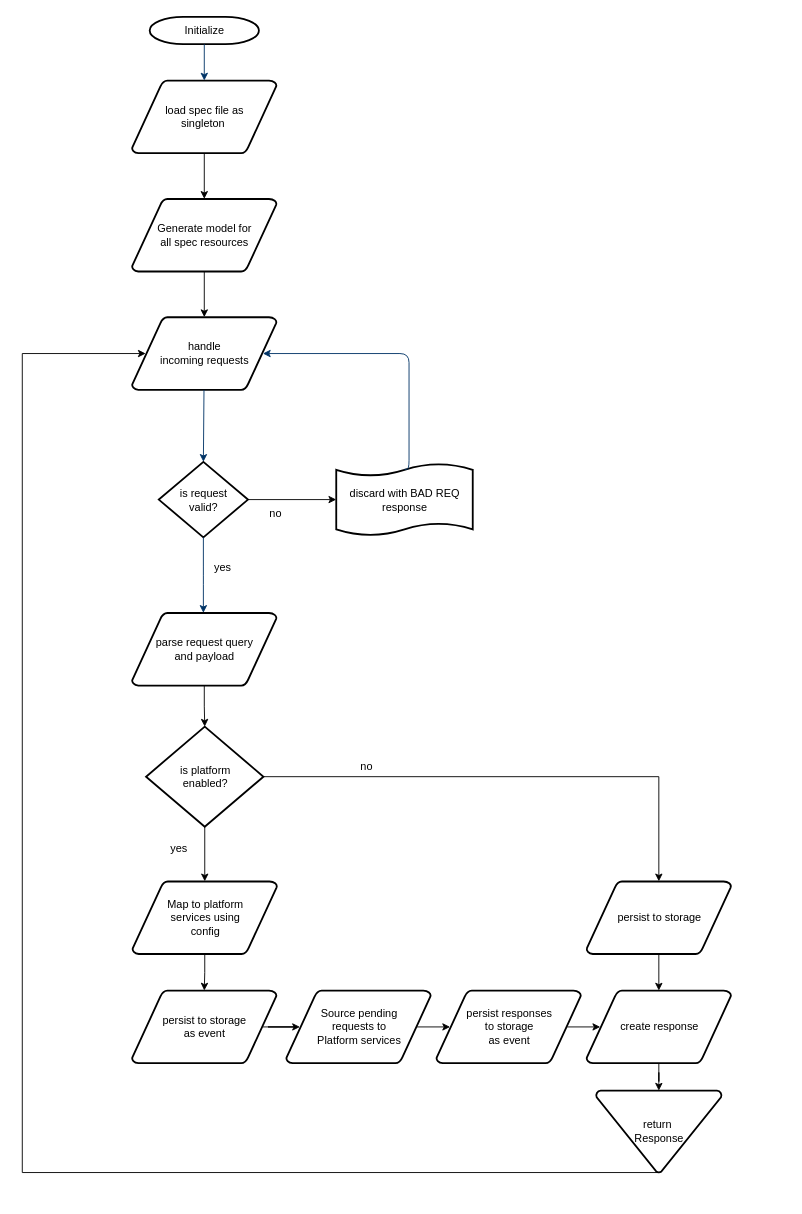
Before: fpalogicflow.drawio in jayanthkmr/architecture-diagrams, a draw.io diagram. Source tidied: cells renumbered, new cells numbered last; positions are measured from the earlier drawing's top-left corner, leaving out a move shared by most shapes. Both pictures are drawn from the tidied source at 91%, with x=0, y=0 at pixel (22, 16).
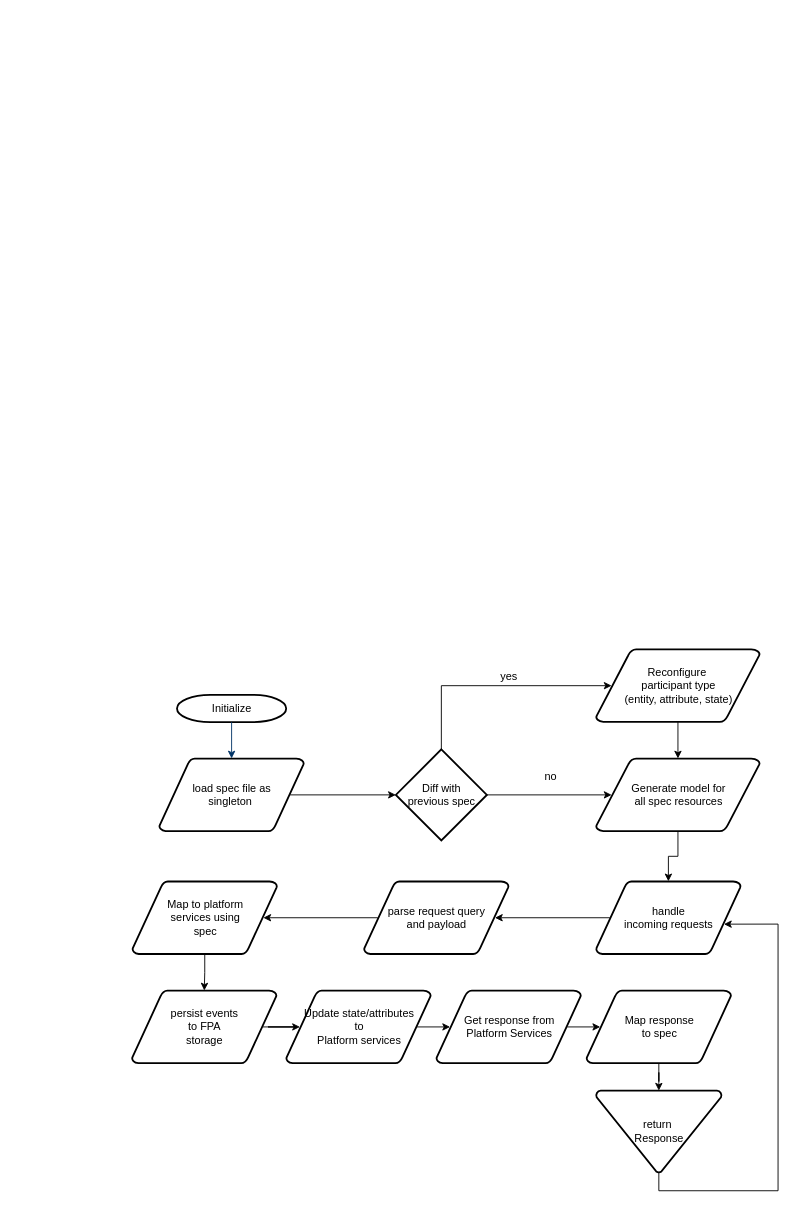
The same page after the edit.

Diff of the diagram source:
```diff
@@
     <mxCell id="2" value="Initialize" style="shape=mxgraph.flowchart.terminator;strokeWidth=2;gradientColor=none;gradientDirection=north;fontStyle=0;html=1;" parent="1" vertex="1">
-      <mxGeometry x="140" width="120" height="30" as="geometry" />
+      <mxGeometry x="170" y="745" width="120" height="30" as="geometry" />
     </mxCell>
-    <mxCell id="3" style="edgeStyle=orthogonalEdgeStyle;rounded=0;jettySize=auto;html=1;exitX=0.5;exitY=1;exitDx=0;exitDy=0;exitPerimeter=0;" parent="1" edge="1" source="4" target="18">
-      <mxGeometry relative="1" as="geometry" />
-    </mxCell>
+    <mxCell id="38" style="edgeStyle=orthogonalEdgeStyle;rounded=0;jettySize=auto;html=1;exitX=0.905;exitY=0.5;exitDx=0;exitDy=0;exitPerimeter=0;entryX=0;entryY=0.5;entryDx=0;entryDy=0;entryPerimeter=0;" parent="1" edge="1" source="4" target="43">
+      <mxGeometry relative="1" as="geometry" />
+    </mxCell>
     <mxCell id="4" value="load spec file as &lt;br&gt;singleton&amp;nbsp;" style="shape=mxgraph.flowchart.data;strokeWidth=2;gradientColor=none;gradientDirection=north;fontStyle=0;html=1;" parent="1" vertex="1">
-      <mxGeometry x="120.5" y="70" width="159" height="80" as="geometry" />
+      <mxGeometry x="150.5" y="815" width="159" height="80" as="geometry" />
     </mxCell>
-    <mxCell id="5" style="edgeStyle=orthogonalEdgeStyle;rounded=0;jettySize=auto;html=1;exitX=0.5;exitY=1;exitDx=0;exitDy=0;exitPerimeter=0;entryX=0.5;entryY=0;entryDx=0;entryDy=0;entryPerimeter=0;" parent="1" edge="1" source="6" target="27">
-      <mxGeometry relative="1" as="geometry" />
-    </mxCell>
+    <mxCell id="39" style="edgeStyle=orthogonalEdgeStyle;rounded=0;jettySize=auto;html=1;exitX=0.095;exitY=0.5;exitDx=0;exitDy=0;exitPerimeter=0;entryX=0.905;entryY=0.5;entryDx=0;entryDy=0;entryPerimeter=0;" parent="1" edge="1" source="6" target="31">
+      <mxGeometry relative="1" as="geometry" />
+    </mxCell>
-    <mxCell id="6" value="parse request query &lt;br&gt;and payload" style="shape=mxgraph.flowchart.data;strokeWidth=2;gradientColor=none;gradientDirection=north;fontStyle=0;html=1;" parent="1" vertex="1">
-      <mxGeometry x="120.5" y="655" width="159" height="80" as="geometry" />
+    <mxCell id="6" value="parse request query &lt;br&gt;and payload" style="shape=mxgraph.flowchart.data;strokeWidth=2;gradientColor=none;gradientDirection=north;fontStyle=0;html=1;direction=east;" parent="1" vertex="1">
+      <mxGeometry x="375.5" y="950" width="159" height="80" as="geometry" />
     </mxCell>
+    <mxCell id="40" style="edgeStyle=orthogonalEdgeStyle;rounded=0;jettySize=auto;html=1;exitX=0.095;exitY=0.5;exitDx=0;exitDy=0;exitPerimeter=0;entryX=0.905;entryY=0.5;entryDx=0;entryDy=0;entryPerimeter=0;" parent="1" edge="1" source="7" target="6">
+      <mxGeometry relative="1" as="geometry" />
+    </mxCell>
-    <mxCell id="7" value="handle&lt;br&gt;incoming requests" style="shape=mxgraph.flowchart.data;strokeWidth=2;gradientColor=none;gradientDirection=north;fontStyle=0;html=1;" parent="1" vertex="1">
-      <mxGeometry x="120.5" y="330" width="159" height="80" as="geometry" />
+    <mxCell id="7" value="handle&lt;br&gt;incoming requests" style="shape=mxgraph.flowchart.data;strokeWidth=2;gradientColor=none;gradientDirection=north;fontStyle=0;html=1;direction=east;" parent="1" vertex="1">
+      <mxGeometry x="630.5" y="950" width="159" height="80" as="geometry" />
     </mxCell>
-    <mxCell id="8" style="edgeStyle=orthogonalEdgeStyle;rounded=0;jettySize=auto;html=1;" parent="1" edge="1" source="9" target="15">
-      <mxGeometry relative="1" as="geometry" />
-    </mxCell>
-    <mxCell id="9" value="is request &lt;br&gt;valid?" style="shape=mxgraph.flowchart.decision;strokeWidth=2;gradientColor=none;gradientDirection=north;fontStyle=0;html=1;" parent="1" vertex="1">
-      <mxGeometry x="150" y="489" width="98" height="83" as="geometry" />
-    </mxCell>
@@
-    <mxCell id="11" style="entryX=0.5;entryY=0;entryPerimeter=0;fontStyle=1;strokeColor=#003366;strokeWidth=1;html=1;" parent="1" edge="1" source="7" target="9">
-      <mxGeometry relative="1" as="geometry" />
-    </mxCell>
-    <mxCell id="12" value="no" style="text;fontStyle=0;html=1;strokeColor=none;gradientColor=none;fillColor=none;strokeWidth=2;" parent="1" vertex="1">
-      <mxGeometry x="270" y="532" width="40" height="26" as="geometry" />
-    </mxCell>
-    <mxCell id="13" style="edgeStyle=elbowEdgeStyle;elbow=horizontal;fontColor=#001933;fontStyle=1;strokeColor=#003366;strokeWidth=1;html=1;" parent="1" edge="1" source="9" target="6">
-      <mxGeometry x="10" y="135" as="geometry" />
-    </mxCell>
-    <mxCell id="14" value="yes" style="text;fontStyle=0;html=1;strokeColor=none;gradientColor=none;fillColor=none;strokeWidth=2;align=center;" parent="1" vertex="1">
-      <mxGeometry x="200" y="592" width="40" height="26" as="geometry" />
-    </mxCell>
-    <mxCell id="15" value="discard with BAD REQ&lt;br&gt;response" style="shape=mxgraph.flowchart.paper_tape;strokeWidth=2;gradientColor=none;gradientDirection=north;fontStyle=0;html=1;" parent="1" vertex="1">
-      <mxGeometry x="345" y="490" width="150" height="81" as="geometry" />
-    </mxCell>
-    <mxCell id="16" style="edgeStyle=elbowEdgeStyle;elbow=horizontal;exitX=0.5;exitY=0.09;exitPerimeter=0;entryX=0.905;entryY=0.5;entryPerimeter=0;fontStyle=1;strokeColor=#003366;strokeWidth=1;html=1;" parent="1" edge="1" source="15" target="7">
-      <mxGeometry x="10" y="189" as="geometry">
-        <Array as="points">
-          <mxPoint x="425" y="499" />
-        </Array>
-      </mxGeometry>
-    </mxCell>
@@
-    <mxCell id="18" value="Generate model for&lt;br&gt;all spec resources" style="shape=mxgraph.flowchart.data;strokeWidth=2;gradientColor=none;gradientDirection=north;fontStyle=0;html=1;" parent="1" vertex="1">
-      <mxGeometry x="120.5" y="200" width="159" height="80" as="geometry" />
+    <mxCell id="18" value="Generate model for&lt;br&gt;all spec resources" style="shape=mxgraph.flowchart.data;strokeWidth=2;gradientColor=none;gradientDirection=north;fontStyle=0;html=1;direction=east;" parent="1" vertex="1">
+      <mxGeometry x="630.5" y="815" width="180" height="80" as="geometry" />
     </mxCell>
@@
-    <mxCell id="20" value="Source pending &lt;br&gt;requests to &lt;br&gt;Platform services" style="shape=mxgraph.flowchart.data;strokeWidth=2;gradientColor=none;gradientDirection=north;fontStyle=0;html=1;" parent="1" vertex="1">
+    <mxCell id="20" value="Update state/attributes &lt;br&gt;to &lt;br&gt;Platform services" style="shape=mxgraph.flowchart.data;strokeWidth=2;gradientColor=none;gradientDirection=north;fontStyle=0;html=1;direction=east;" parent="1" vertex="1">
       <mxGeometry x="290" y="1070" width="159" height="80" as="geometry" />
     </mxCell>
@@
-    <mxCell id="22" value="persist responses&lt;br&gt;to storage&lt;br&gt;as event" style="shape=mxgraph.flowchart.data;strokeWidth=2;gradientColor=none;gradientDirection=north;fontStyle=0;html=1;" parent="1" vertex="1">
+    <mxCell id="22" value="Get response from &lt;br&gt;Platform Services" style="shape=mxgraph.flowchart.data;strokeWidth=2;gradientColor=none;gradientDirection=north;fontStyle=0;html=1;direction=east;" parent="1" vertex="1">
       <mxGeometry x="455" y="1070" width="159" height="80" as="geometry" />
     </mxCell>
@@
-    <mxCell id="24" value="create response" style="shape=mxgraph.flowchart.data;strokeWidth=2;gradientColor=none;gradientDirection=north;fontStyle=0;html=1;" parent="1" vertex="1">
+    <mxCell id="24" value="Map response&lt;br&gt;to spec" style="shape=mxgraph.flowchart.data;strokeWidth=2;gradientColor=none;gradientDirection=north;fontStyle=0;html=1;direction=east;" parent="1" vertex="1">
       <mxGeometry x="620" y="1070" width="159" height="80" as="geometry" />
     </mxCell>
-    <mxCell id="25" style="edgeStyle=orthogonalEdgeStyle;rounded=0;jettySize=auto;html=1;exitX=0.5;exitY=1;exitDx=0;exitDy=0;exitPerimeter=0;entryX=0.5;entryY=0;entryDx=0;entryDy=0;entryPerimeter=0;" parent="1" edge="1" source="27" target="31">
-      <mxGeometry relative="1" as="geometry" />
-    </mxCell>
-    <mxCell id="26" style="edgeStyle=orthogonalEdgeStyle;rounded=0;jettySize=auto;html=1;exitX=1;exitY=0.5;exitDx=0;exitDy=0;exitPerimeter=0;" parent="1" edge="1" source="27" target="35">
-      <mxGeometry relative="1" as="geometry" />
-    </mxCell>
-    <mxCell id="27" value="is platform &lt;br&gt;enabled?" style="shape=mxgraph.flowchart.decision;strokeWidth=2;gradientColor=none;gradientDirection=north;fontStyle=0;html=1;" parent="1" vertex="1">
-      <mxGeometry x="136" y="780" width="129" height="110" as="geometry" />
-    </mxCell>
@@
-    <mxCell id="29" value="persist to storage&lt;br&gt;as event" style="shape=mxgraph.flowchart.data;strokeWidth=2;gradientColor=none;gradientDirection=north;fontStyle=0;html=1;" parent="1" vertex="1">
+    <mxCell id="29" value="persist events &lt;br&gt;to FPA &lt;br&gt;storage" style="shape=mxgraph.flowchart.data;strokeWidth=2;gradientColor=none;gradientDirection=north;fontStyle=0;html=1;" parent="1" vertex="1">
       <mxGeometry x="120.5" y="1070" width="159" height="80" as="geometry" />
     </mxCell>
@@
-    <mxCell id="31" value="Map to platform&lt;br&gt;services using &lt;br&gt;config" style="shape=mxgraph.flowchart.data;strokeWidth=2;gradientColor=none;gradientDirection=north;fontStyle=0;html=1;" parent="1" vertex="1">
+    <mxCell id="31" value="Map to platform&lt;br&gt;services using &lt;br&gt;spec" style="shape=mxgraph.flowchart.data;strokeWidth=2;gradientColor=none;gradientDirection=north;fontStyle=0;html=1;" parent="1" vertex="1">
       <mxGeometry x="121" y="950" width="159" height="80" as="geometry" />
     </mxCell>
-    <mxCell id="32" value="yes" style="text;fontStyle=0;html=1;strokeColor=none;gradientColor=none;fillColor=none;strokeWidth=2;" parent="1" vertex="1">
-      <mxGeometry x="161" y="900" width="40" height="26" as="geometry" />
-    </mxCell>
-    <mxCell id="33" value="no" style="text;fontStyle=0;html=1;strokeColor=none;gradientColor=none;fillColor=none;strokeWidth=2;" parent="1" vertex="1">
-      <mxGeometry x="370" y="810" width="40" height="26" as="geometry" />
-    </mxCell>
-    <mxCell id="34" style="edgeStyle=orthogonalEdgeStyle;rounded=0;jettySize=auto;html=1;exitX=0.5;exitY=1;exitDx=0;exitDy=0;exitPerimeter=0;" parent="1" edge="1" source="35" target="24">
-      <mxGeometry relative="1" as="geometry" />
-    </mxCell>
-    <mxCell id="35" value="persist to storage" style="shape=mxgraph.flowchart.data;strokeWidth=2;gradientColor=none;gradientDirection=north;fontStyle=0;html=1;" parent="1" vertex="1">
-      <mxGeometry x="620" y="950" width="159" height="80" as="geometry" />
-    </mxCell>
-    <mxCell id="36" style="edgeStyle=orthogonalEdgeStyle;rounded=0;jettySize=auto;html=1;exitX=0.5;exitY=1;exitDx=0;exitDy=0;exitPerimeter=0;entryX=0.095;entryY=0.5;entryDx=0;entryDy=0;entryPerimeter=0;" parent="1" edge="1" source="37" target="7">
+    <mxCell id="36" style="edgeStyle=orthogonalEdgeStyle;rounded=0;jettySize=auto;html=1;exitX=0.5;exitY=1;exitDx=0;exitDy=0;exitPerimeter=0;entryX=0.884;entryY=0.588;entryDx=0;entryDy=0;entryPerimeter=0;" parent="1" edge="1" source="37" target="7">
       <mxGeometry relative="1" as="geometry">
         <Array as="points">
-          <mxPoint y="1270" />
-          <mxPoint y="370" />
+          <mxPoint x="699.5" y="1290" />
+          <mxPoint x="830.5" y="1290" />
+          <mxPoint x="830.5" y="997" />
         </Array>
       </mxGeometry>
     </mxCell>
-    <mxCell id="37" value="return&amp;nbsp;&lt;br&gt;Response" style="strokeWidth=2;html=1;shape=mxgraph.flowchart.merge_or_storage;whiteSpace=wrap;" parent="1" vertex="1">
+    <mxCell id="37" value="return&amp;nbsp;&lt;br&gt;Response" style="strokeWidth=2;html=1;shape=mxgraph.flowchart.merge_or_storage;whiteSpace=wrap;direction=east;" parent="1" vertex="1">
       <mxGeometry x="630.5" y="1180" width="138" height="90" as="geometry" />
     </mxCell>
+    <mxCell id="41" style="edgeStyle=orthogonalEdgeStyle;rounded=0;jettySize=auto;html=1;exitX=1;exitY=0.5;exitDx=0;exitDy=0;exitPerimeter=0;entryX=0.095;entryY=0.5;entryDx=0;entryDy=0;entryPerimeter=0;" parent="1" edge="1" source="43" target="18">
+      <mxGeometry relative="1" as="geometry" />
+    </mxCell>
+    <mxCell id="42" style="edgeStyle=orthogonalEdgeStyle;rounded=0;jettySize=auto;html=1;exitX=0.5;exitY=0;exitDx=0;exitDy=0;exitPerimeter=0;entryX=0.095;entryY=0.5;entryDx=0;entryDy=0;entryPerimeter=0;" parent="1" edge="1" source="43" target="46">
+      <mxGeometry relative="1" as="geometry">
+        <Array as="points">
+          <mxPoint x="460.5" y="735" />
+        </Array>
+      </mxGeometry>
+    </mxCell>
+    <mxCell id="43" value="Diff with&lt;br&gt;previous spec" style="strokeWidth=2;html=1;shape=mxgraph.flowchart.decision;whiteSpace=wrap;" parent="1" vertex="1">
+      <mxGeometry x="410.5" y="805" width="100" height="100" as="geometry" />
+    </mxCell>
+    <mxCell id="44" value="no" style="text;html=1;strokeColor=none;fillColor=none;align=center;verticalAlign=middle;whiteSpace=wrap;rounded=0;" parent="1" vertex="1">
+      <mxGeometry x="560.5" y="825" width="40" height="20" as="geometry" />
+    </mxCell>
+    <mxCell id="45" style="edgeStyle=orthogonalEdgeStyle;rounded=0;jettySize=auto;html=1;" parent="1" edge="1" source="46" target="18">
+      <mxGeometry relative="1" as="geometry" />
+    </mxCell>
+    <mxCell id="46" value="Reconfigure&amp;nbsp;&lt;br&gt;participant type&lt;br&gt;(entity, attribute, state)" style="shape=mxgraph.flowchart.data;strokeWidth=2;gradientColor=none;gradientDirection=north;fontStyle=0;html=1;" parent="1" vertex="1">
+      <mxGeometry x="630.5" y="695" width="180" height="80" as="geometry" />
+    </mxCell>
+    <mxCell id="47" value="yes" style="text;html=1;strokeColor=none;fillColor=none;align=center;verticalAlign=middle;whiteSpace=wrap;rounded=0;" parent="1" vertex="1">
+      <mxGeometry x="529.5" y="715" width="10" height="20" as="geometry" />
+    </mxCell>
```
